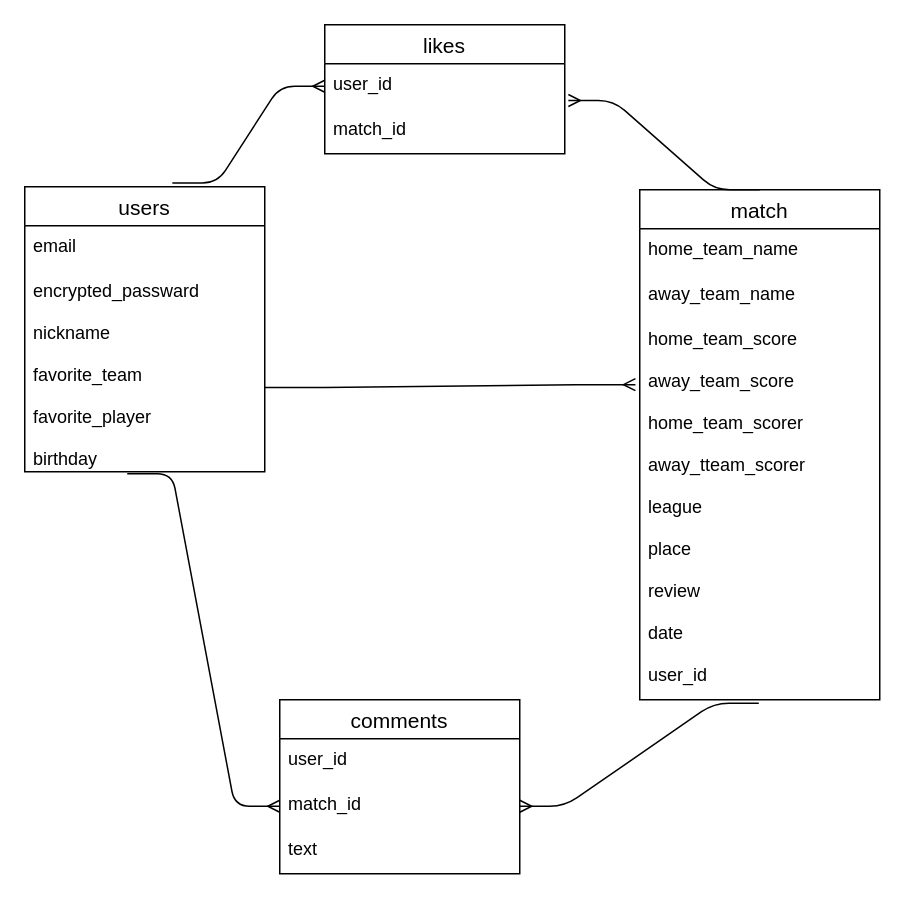
This is footballstadium.dio from reohashimoto/footballstadium, a draw.io file, before an edit. Source tidied: cells renumbered, new cells numbered last; positions are measured from the earlier drawing's top-left corner, leaving out a move shared by most shapes. Both pictures are drawn from the tidied source at 150%, with x=0, y=0 at pixel (24, 24).
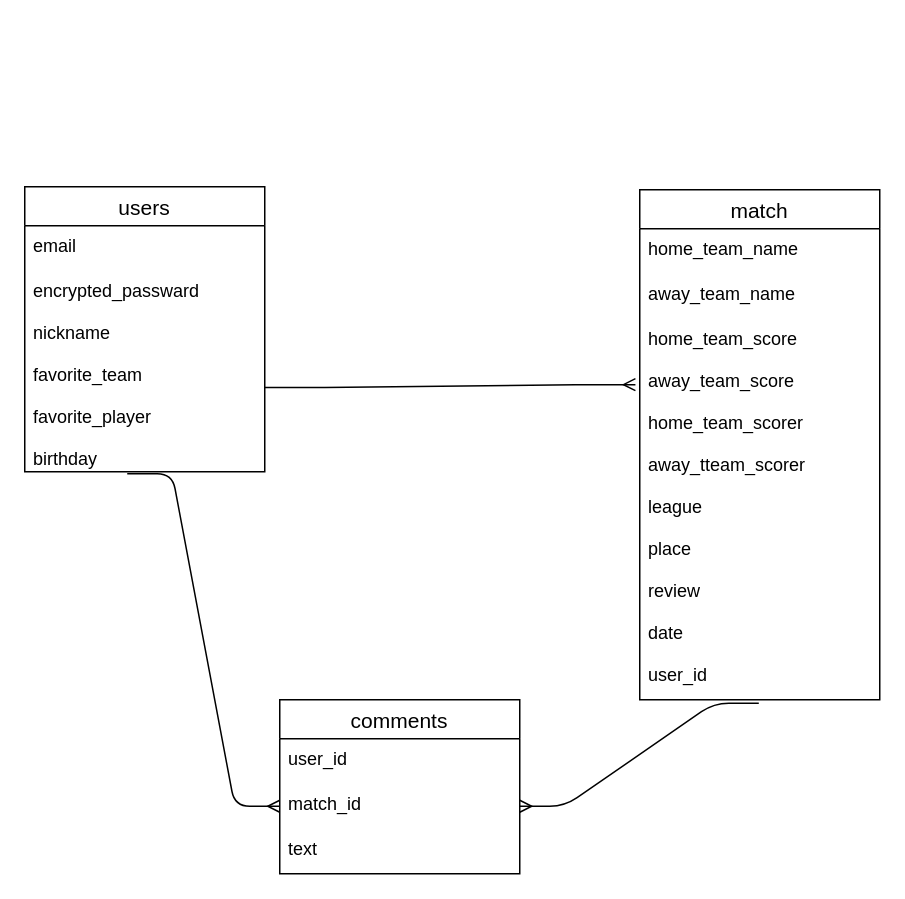
Above is the later version.

Unchanged cells that the change refers to:
```xml
<mxCell id="2" value="users" style="swimlane;fontStyle=0;horizontal=1;startSize=26;align=center;fontSize=14;" parent="1" vertex="1">
  <mxGeometry y="108" width="160" height="190" as="geometry" />
</mxCell>
<mxCell id="5" value="match" style="swimlane;fontStyle=0;horizontal=1;startSize=26;align=center;fontSize=14;" parent="1" vertex="1">
  <mxGeometry x="410" y="110" width="160" height="340" as="geometry" />
</mxCell>
```

The edit, as a diff of the source:
```diff
@@
-    <mxCell id="16" value="likes" style="swimlane;fontStyle=0;horizontal=1;startSize=26;align=center;fontSize=14;" parent="1" vertex="1">
-      <mxGeometry x="200" width="160" height="86" as="geometry" />
-    </mxCell>
-    <mxCell id="17" value="user_id" style="text;strokeColor=none;fillColor=none;spacingLeft=4;spacingRight=4;overflow=hidden;points=[[0,0.5],[1,0.5]];portConstraint=eastwest;fontSize=12;" parent="16" vertex="1">
-      <mxGeometry y="26" width="160" height="30" as="geometry" />
-    </mxCell>
-    <mxCell id="18" value="match_id" style="text;strokeColor=none;fillColor=none;spacingLeft=4;spacingRight=4;overflow=hidden;points=[[0,0.5],[1,0.5]];portConstraint=eastwest;fontSize=12;" parent="16" vertex="1">
-      <mxGeometry y="56" width="160" height="30" as="geometry" />
-    </mxCell>
-    <mxCell id="19" style="edgeStyle=entityRelationEdgeStyle;fontSize=12;html=1;endArrow=ERmany;exitX=0.615;exitY=-0.013;exitDx=0;exitDy=0;exitPerimeter=0;entryX=0;entryY=0.5;entryDx=0;entryDy=0;" parent="1" edge="1" source="2" target="17">
-      <mxGeometry relative="1" as="geometry" />
-    </mxCell>
-    <mxCell id="20" style="edgeStyle=entityRelationEdgeStyle;fontSize=12;html=1;endArrow=ERmany;entryX=1.015;entryY=-0.183;entryDx=0;entryDy=0;entryPerimeter=0;exitX=0.5;exitY=0;exitDx=0;exitDy=0;" parent="1" edge="1" source="5" target="18">
-      <mxGeometry relative="1" as="geometry" />
-    </mxCell>
```
